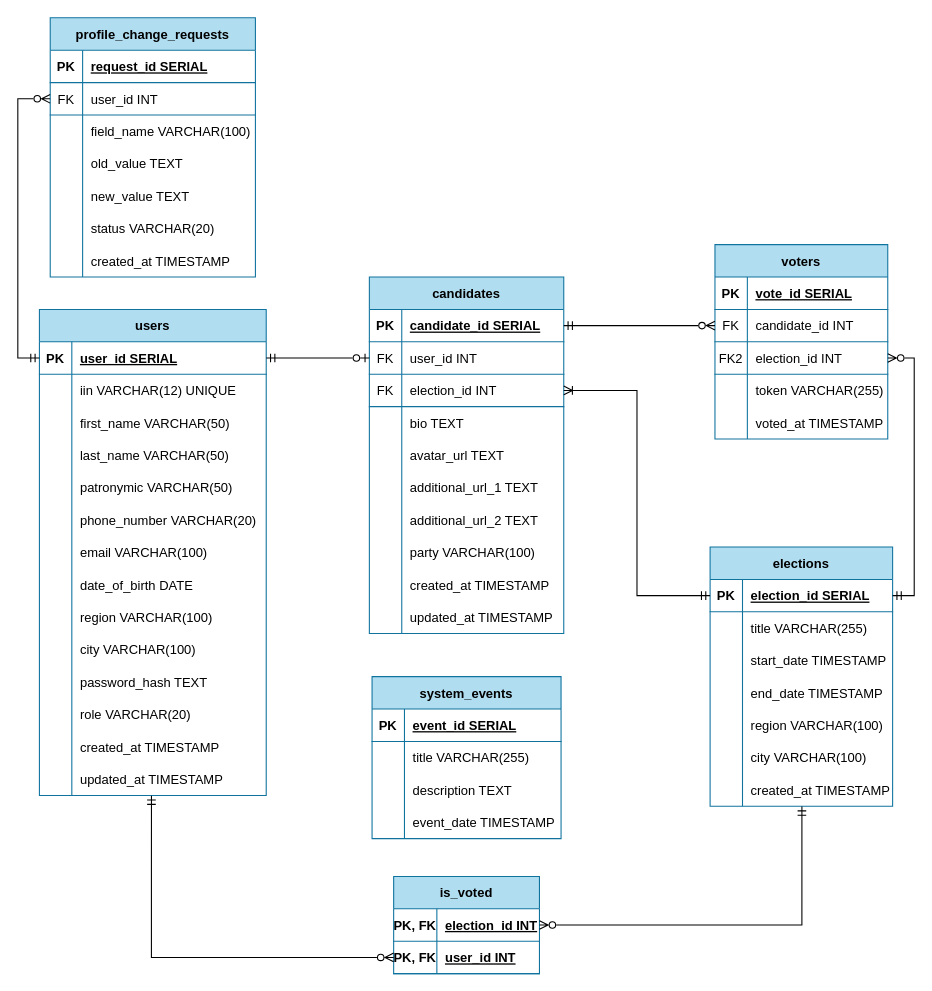
Before: etc/UMLs/ERD Diagram_2.drawio in IlyaShelestov/Electronic-Voting-System, a draw.io diagram. Source tidied: cells renumbered, new cells numbered last; positions are measured from the earlier drawing's top-left corner, leaving out a move shared by most shapes. Both pictures are drawn from the tidied source at 108%, with x=0, y=0 at pixel (39, 17).
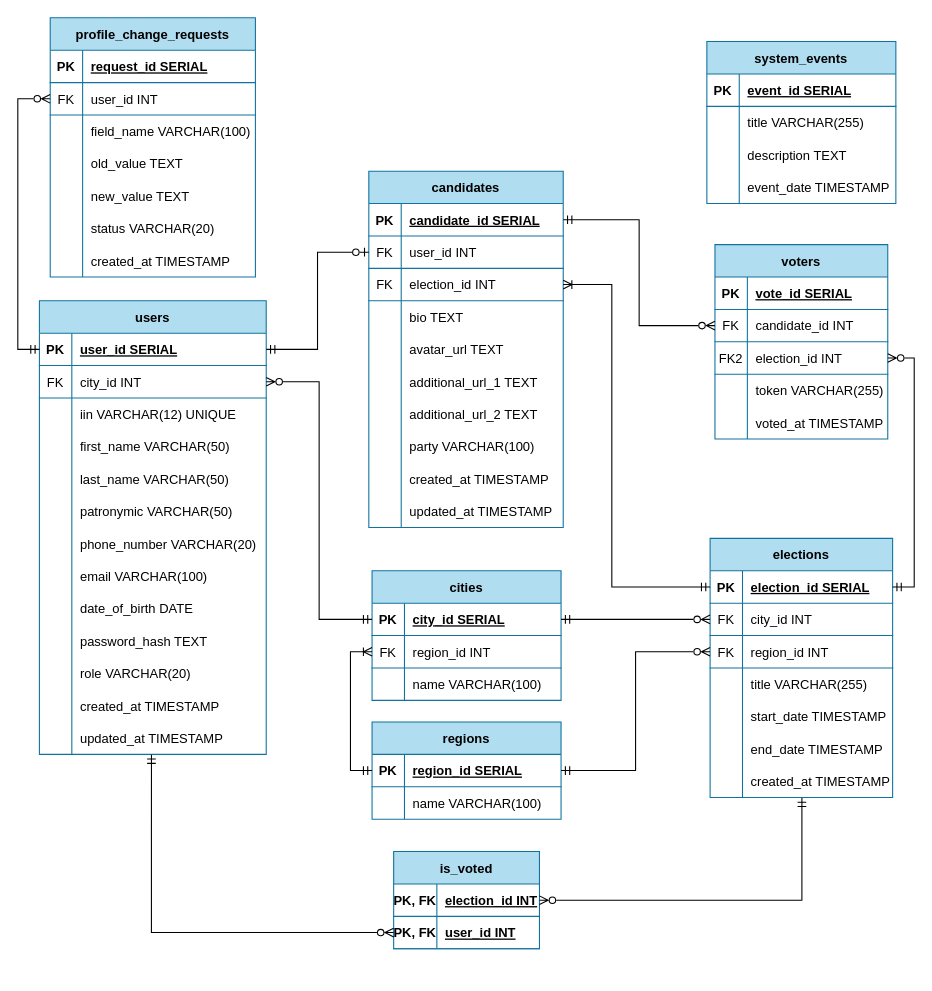
After the change.

Commit message:
Change ERD Diagram

The change refers to these unchanged cells:
```xml
<mxCell id="49" style="shape=tableRow;horizontal=0;startSize=0;swimlaneHead=0;swimlaneBody=0;fillColor=none;points=[[0,0.5],[1,0.5]];portConstraint=eastwest;strokeColor=inherit;top=0;left=0;right=0;bottom=1;" parent="45" vertex="1">
  <mxGeometry y="60" width="180" height="30" as="geometry" />
</mxCell>
<mxCell id="52" style="shape=tableRow;horizontal=0;startSize=0;swimlaneHead=0;swimlaneBody=0;fillColor=none;points=[[0,0.5],[1,0.5]];portConstraint=eastwest;strokeColor=inherit;top=0;left=0;right=0;bottom=1;" parent="45" vertex="1">
  <mxGeometry y="90" width="180" height="30" as="geometry" />
</mxCell>
<mxCell id="77" style="shape=tableRow;horizontal=0;startSize=0;swimlaneHead=0;swimlaneBody=0;fillColor=none;points=[[0,0.5],[1,0.5]];portConstraint=eastwest;strokeColor=inherit;top=0;left=0;right=0;bottom=1;" parent="76" vertex="1">
  <mxGeometry y="30" width="169" height="30" as="geometry" />
</mxCell>
<mxCell id="102" style="shape=tableRow;horizontal=0;startSize=0;swimlaneHead=0;swimlaneBody=0;fillColor=none;points=[[0,0.5],[1,0.5]];portConstraint=eastwest;strokeColor=inherit;top=0;left=0;right=0;bottom=1;" parent="98" vertex="1">
  <mxGeometry y="60" width="190" height="30" as="geometry" />
</mxCell>
<mxCell id="147" style="shape=tableRow;horizontal=0;startSize=0;swimlaneHead=0;swimlaneBody=0;fillColor=none;points=[[0,0.5],[1,0.5]];portConstraint=eastwest;strokeColor=inherit;top=0;left=0;right=0;bottom=1;" parent="140" vertex="1">
  <mxGeometry y="90" width="160" height="30" as="geometry" />
</mxCell>
```

Diff of the diagram source:
```diff
@@
     <mxCell id="2" value="users" style="shape=table;startSize=30;childLayout=tableLayout;rowLines=0;fontStyle=1;align=center;fillColor=#b1ddf0;strokeColor=#10739e;" parent="1" vertex="1">
-      <mxGeometry y="270" width="210" height="450" as="geometry" />
+      <mxGeometry y="262" width="210" height="420" as="geometry" />
     </mxCell>
+    <mxCell id="163" style="shape=tableRow;horizontal=0;startSize=0;swimlaneHead=0;swimlaneBody=0;fillColor=none;points=[[0,0.5],[1,0.5]];portConstraint=eastwest;strokeColor=inherit;top=0;left=0;right=0;bottom=1;" parent="2" vertex="1">
+      <mxGeometry y="30" width="210" height="30" as="geometry" />
+    </mxCell>
+    <mxCell id="164" value="PK" style="shape=partialRectangle;overflow=hidden;fillColor=none;strokeColor=inherit;top=0;left=0;bottom=0;right=0;fontStyle=1;" parent="163" vertex="1">
+      <mxGeometry width="30" height="30" as="geometry" />
+    </mxCell>
+    <mxCell id="165" value="user_id SERIAL " style="shape=partialRectangle;overflow=hidden;fillColor=none;align=left;strokeColor=inherit;top=0;left=0;bottom=0;right=0;spacingLeft=6;fontStyle=5;" parent="163" vertex="1">
+      <mxGeometry x="30" width="180" height="30" as="geometry" />
+    </mxCell>
     <mxCell id="3" style="shape=tableRow;horizontal=0;startSize=0;swimlaneHead=0;swimlaneBody=0;fillColor=none;points=[[0,0.5],[1,0.5]];portConstraint=eastwest;strokeColor=inherit;top=0;left=0;right=0;bottom=1;" parent="2" vertex="1">
-      <mxGeometry y="30" width="210" height="30" as="geometry" />
+      <mxGeometry y="60" width="210" height="30" as="geometry" />
     </mxCell>
-    <mxCell id="4" value="PK" style="shape=partialRectangle;overflow=hidden;fillColor=none;strokeColor=inherit;top=0;left=0;bottom=0;right=0;fontStyle=1;" parent="3" vertex="1">
+    <mxCell id="4" value="FK" style="shape=partialRectangle;overflow=hidden;fillColor=none;strokeColor=inherit;top=0;left=0;bottom=0;right=0;fontStyle=0;" parent="3" vertex="1">
       <mxGeometry width="30" height="30" as="geometry" />
     </mxCell>
-    <mxCell id="5" value="user_id SERIAL " style="shape=partialRectangle;overflow=hidden;fillColor=none;align=left;strokeColor=inherit;top=0;left=0;bottom=0;right=0;spacingLeft=6;fontStyle=5;" parent="3" vertex="1">
+    <mxCell id="5" value="city_id INT" style="shape=partialRectangle;overflow=hidden;fillColor=none;align=left;strokeColor=inherit;top=0;left=0;bottom=0;right=0;spacingLeft=6;fontStyle=0;" parent="3" vertex="1">
       <mxGeometry x="30" width="180" height="30" as="geometry" />
     </mxCell>
     <mxCell id="6" style="shape=tableRow;horizontal=0;startSize=0;swimlaneHead=0;swimlaneBody=0;fillColor=none;strokeColor=inherit;top=0;left=0;right=0;bottom=0;" parent="2" vertex="1">
-      <mxGeometry y="60" width="210" height="30" as="geometry" />
+      <mxGeometry y="90" width="210" height="30" as="geometry" />
     </mxCell>
@@
     <mxCell id="9" style="shape=tableRow;horizontal=0;startSize=0;swimlaneHead=0;swimlaneBody=0;fillColor=none;strokeColor=inherit;top=0;left=0;right=0;bottom=0;" parent="2" vertex="1">
-      <mxGeometry y="90" width="210" height="30" as="geometry" />
+      <mxGeometry y="120" width="210" height="30" as="geometry" />
     </mxCell>
@@
     <mxCell id="12" style="shape=tableRow;horizontal=0;startSize=0;swimlaneHead=0;swimlaneBody=0;fillColor=none;strokeColor=inherit;top=0;left=0;right=0;bottom=0;" parent="2" vertex="1">
-      <mxGeometry y="120" width="210" height="30" as="geometry" />
+      <mxGeometry y="150" width="210" height="30" as="geometry" />
     </mxCell>
@@
     <mxCell id="15" style="shape=tableRow;horizontal=0;startSize=0;swimlaneHead=0;swimlaneBody=0;fillColor=none;strokeColor=inherit;top=0;left=0;right=0;bottom=0;" parent="2" vertex="1">
-      <mxGeometry y="150" width="210" height="30" as="geometry" />
+      <mxGeometry y="180" width="210" height="30" as="geometry" />
     </mxCell>
@@
     <mxCell id="18" style="shape=tableRow;horizontal=0;startSize=0;swimlaneHead=0;swimlaneBody=0;fillColor=none;strokeColor=inherit;top=0;left=0;right=0;bottom=0;" parent="2" vertex="1">
-      <mxGeometry y="180" width="210" height="30" as="geometry" />
+      <mxGeometry y="210" width="210" height="30" as="geometry" />
     </mxCell>
@@
     <mxCell id="21" style="shape=tableRow;horizontal=0;startSize=0;swimlaneHead=0;swimlaneBody=0;fillColor=none;strokeColor=inherit;top=0;left=0;right=0;bottom=0;" parent="2" vertex="1">
-      <mxGeometry y="210" width="210" height="30" as="geometry" />
+      <mxGeometry y="240" width="210" height="30" as="geometry" />
     </mxCell>
@@
     <mxCell id="24" style="shape=tableRow;horizontal=0;startSize=0;swimlaneHead=0;swimlaneBody=0;fillColor=none;strokeColor=inherit;top=0;left=0;right=0;bottom=0;" parent="2" vertex="1">
-      <mxGeometry y="240" width="210" height="30" as="geometry" />
+      <mxGeometry y="270" width="210" height="30" as="geometry" />
     </mxCell>
@@
-    <mxCell id="27" style="shape=tableRow;horizontal=0;startSize=0;swimlaneHead=0;swimlaneBody=0;fillColor=none;strokeColor=inherit;top=0;left=0;right=0;bottom=0;" parent="2" vertex="1">
-      <mxGeometry y="270" width="210" height="30" as="geometry" />
-    </mxCell>
-    <mxCell id="28" style="shape=partialRectangle;overflow=hidden;fillColor=none;strokeColor=inherit;top=0;left=0;bottom=0;right=0;" parent="27" vertex="1">
-      <mxGeometry width="30" height="30" as="geometry" />
-    </mxCell>
-    <mxCell id="29" value="region VARCHAR(100)" style="shape=partialRectangle;overflow=hidden;fillColor=none;align=left;strokeColor=inherit;top=0;left=0;bottom=0;right=0;spacingLeft=6;" parent="27" vertex="1">
-      <mxGeometry x="30" width="180" height="30" as="geometry" />
-    </mxCell>
-    <mxCell id="30" style="shape=tableRow;horizontal=0;startSize=0;swimlaneHead=0;swimlaneBody=0;fillColor=none;strokeColor=inherit;top=0;left=0;right=0;bottom=0;" parent="2" vertex="1">
-      <mxGeometry y="300" width="210" height="30" as="geometry" />
-    </mxCell>
-    <mxCell id="31" style="shape=partialRectangle;overflow=hidden;fillColor=none;strokeColor=inherit;top=0;left=0;bottom=0;right=0;" parent="30" vertex="1">
-      <mxGeometry width="30" height="30" as="geometry" />
-    </mxCell>
-    <mxCell id="32" value="city VARCHAR(100)" style="shape=partialRectangle;overflow=hidden;fillColor=none;align=left;strokeColor=inherit;top=0;left=0;bottom=0;right=0;spacingLeft=6;" parent="30" vertex="1">
-      <mxGeometry x="30" width="180" height="30" as="geometry" />
-    </mxCell>
     <mxCell id="33" style="shape=tableRow;horizontal=0;startSize=0;swimlaneHead=0;swimlaneBody=0;fillColor=none;strokeColor=inherit;top=0;left=0;right=0;bottom=0;" parent="2" vertex="1">
-      <mxGeometry y="330" width="210" height="30" as="geometry" />
+      <mxGeometry y="300" width="210" height="30" as="geometry" />
     </mxCell>
@@
     <mxCell id="36" style="shape=tableRow;horizontal=0;startSize=0;swimlaneHead=0;swimlaneBody=0;fillColor=none;strokeColor=inherit;top=0;left=0;right=0;bottom=0;" parent="2" vertex="1">
-      <mxGeometry y="360" width="210" height="30" as="geometry" />
+      <mxGeometry y="330" width="210" height="30" as="geometry" />
     </mxCell>
@@
     <mxCell id="39" style="shape=tableRow;horizontal=0;startSize=0;swimlaneHead=0;swimlaneBody=0;fillColor=none;strokeColor=inherit;top=0;left=0;right=0;bottom=0;" parent="2" vertex="1">
-      <mxGeometry y="390" width="210" height="30" as="geometry" />
+      <mxGeometry y="360" width="210" height="30" as="geometry" />
     </mxCell>
@@
     <mxCell id="42" style="shape=tableRow;horizontal=0;startSize=0;swimlaneHead=0;swimlaneBody=0;fillColor=none;points=[[0,0.5],[1,0.5]];portConstraint=eastwest;strokeColor=inherit;top=0;left=0;right=0;bottom=0;" parent="2" vertex="1">
-      <mxGeometry y="420" width="210" height="30" as="geometry" />
+      <mxGeometry y="390" width="210" height="30" as="geometry" />
     </mxCell>
@@
     <mxCell id="45" value="candidates" style="shape=table;startSize=30;childLayout=tableLayout;rowLines=0;fontStyle=1;align=center;fillColor=#b1ddf0;strokeColor=#10739e;" parent="1" vertex="1">
-      <mxGeometry x="305.5" y="240" width="180" height="330" as="geometry" />
+      <mxGeometry x="305" y="142" width="180" height="330" as="geometry" />
     </mxCell>
@@
     <mxCell id="76" value="elections" style="shape=table;startSize=30;childLayout=tableLayout;rowLines=0;fontStyle=1;align=center;fillColor=#b1ddf0;strokeColor=#10739e;" parent="1" vertex="1">
-      <mxGeometry x="621" y="490" width="169" height="240" as="geometry" />
+      <mxGeometry x="621" y="482" width="169" height="240" as="geometry" />
     </mxCell>
@@
+    <mxCell id="166" style="shape=tableRow;horizontal=0;startSize=0;swimlaneHead=0;swimlaneBody=0;fillColor=none;points=[[0,0.5],[1,0.5]];portConstraint=eastwest;strokeColor=inherit;top=0;left=0;right=0;bottom=1;" parent="76" vertex="1">
+      <mxGeometry y="60" width="169" height="30" as="geometry" />
+    </mxCell>
+    <mxCell id="167" value="FK" style="shape=partialRectangle;overflow=hidden;fillColor=none;strokeColor=inherit;top=0;left=0;bottom=0;right=0;fontStyle=0;" parent="166" vertex="1">
+      <mxGeometry width="30" height="30" as="geometry" />
+    </mxCell>
+    <mxCell id="168" value="city_id INT" style="shape=partialRectangle;overflow=hidden;fillColor=none;align=left;strokeColor=inherit;top=0;left=0;bottom=0;right=0;spacingLeft=6;fontStyle=0;" parent="166" vertex="1">
+      <mxGeometry x="30" width="139" height="30" as="geometry" />
+    </mxCell>
+    <mxCell id="169" style="shape=tableRow;horizontal=0;startSize=0;swimlaneHead=0;swimlaneBody=0;fillColor=none;points=[[0,0.5],[1,0.5]];portConstraint=eastwest;strokeColor=inherit;top=0;left=0;right=0;bottom=1;" parent="76" vertex="1">
+      <mxGeometry y="90" width="169" height="30" as="geometry" />
+    </mxCell>
+    <mxCell id="170" value="FK" style="shape=partialRectangle;overflow=hidden;fillColor=none;strokeColor=inherit;top=0;left=0;bottom=0;right=0;fontStyle=0;" parent="169" vertex="1">
+      <mxGeometry width="30" height="30" as="geometry" />
+    </mxCell>
+    <mxCell id="171" value="region_id INT" style="shape=partialRectangle;overflow=hidden;fillColor=none;align=left;strokeColor=inherit;top=0;left=0;bottom=0;right=0;spacingLeft=6;fontStyle=0;" parent="169" vertex="1">
+      <mxGeometry x="30" width="139" height="30" as="geometry" />
+    </mxCell>
     <mxCell id="80" style="shape=tableRow;horizontal=0;startSize=0;swimlaneHead=0;swimlaneBody=0;fillColor=none;strokeColor=inherit;top=0;left=0;right=0;bottom=0;" parent="76" vertex="1">
-      <mxGeometry y="60" width="169" height="30" as="geometry" />
+      <mxGeometry y="120" width="169" height="30" as="geometry" />
     </mxCell>
@@
     <mxCell id="83" style="shape=tableRow;horizontal=0;startSize=0;swimlaneHead=0;swimlaneBody=0;fillColor=none;strokeColor=inherit;top=0;left=0;right=0;bottom=0;" parent="76" vertex="1">
-      <mxGeometry y="90" width="169" height="30" as="geometry" />
+      <mxGeometry y="150" width="169" height="30" as="geometry" />
     </mxCell>
@@
     <mxCell id="86" style="shape=tableRow;horizontal=0;startSize=0;swimlaneHead=0;swimlaneBody=0;fillColor=none;strokeColor=inherit;top=0;left=0;right=0;bottom=0;" parent="76" vertex="1">
-      <mxGeometry y="120" width="169" height="30" as="geometry" />
+      <mxGeometry y="180" width="169" height="30" as="geometry" />
     </mxCell>
@@
-    <mxCell id="89" style="shape=tableRow;horizontal=0;startSize=0;swimlaneHead=0;swimlaneBody=0;fillColor=none;strokeColor=inherit;top=0;left=0;right=0;bottom=0;" parent="76" vertex="1">
-      <mxGeometry y="150" width="169" height="30" as="geometry" />
-    </mxCell>
-    <mxCell id="90" style="shape=partialRectangle;overflow=hidden;fillColor=none;strokeColor=inherit;top=0;left=0;bottom=0;right=0;" parent="89" vertex="1">
-      <mxGeometry width="30" height="30" as="geometry" />
-    </mxCell>
-    <mxCell id="91" value="region VARCHAR(100)" style="shape=partialRectangle;overflow=hidden;fillColor=none;align=left;strokeColor=inherit;top=0;left=0;bottom=0;right=0;spacingLeft=6;" parent="89" vertex="1">
-      <mxGeometry x="30" width="139" height="30" as="geometry" />
-    </mxCell>
-    <mxCell id="92" style="shape=tableRow;horizontal=0;startSize=0;swimlaneHead=0;swimlaneBody=0;fillColor=none;strokeColor=inherit;top=0;left=0;right=0;bottom=0;" parent="76" vertex="1">
-      <mxGeometry y="180" width="169" height="30" as="geometry" />
-    </mxCell>
-    <mxCell id="93" style="shape=partialRectangle;overflow=hidden;fillColor=none;strokeColor=inherit;top=0;left=0;bottom=0;right=0;" parent="92" vertex="1">
-      <mxGeometry width="30" height="30" as="geometry" />
-    </mxCell>
-    <mxCell id="94" value="city VARCHAR(100)" style="shape=partialRectangle;overflow=hidden;fillColor=none;align=left;strokeColor=inherit;top=0;left=0;bottom=0;right=0;spacingLeft=6;" parent="92" vertex="1">
-      <mxGeometry x="30" width="139" height="30" as="geometry" />
-    </mxCell>
@@
     <mxCell id="120" value="system_events" style="shape=table;startSize=30;childLayout=tableLayout;rowLines=0;fontStyle=1;align=center;fillColor=#b1ddf0;strokeColor=#10739e;" parent="1" vertex="1">
-      <mxGeometry x="308" y="610" width="175" height="150" as="geometry" />
+      <mxGeometry x="618" y="22" width="175" height="150" as="geometry" />
     </mxCell>
@@
     <mxCell id="133" value="is_voted" style="shape=table;startSize=30;childLayout=tableLayout;rowLines=0;fontStyle=1;align=center;fillColor=#b1ddf0;strokeColor=#10739e;" parent="1" vertex="1">
-      <mxGeometry x="328" y="795" width="135" height="90" as="geometry" />
+      <mxGeometry x="328" y="772" width="135" height="90" as="geometry" />
     </mxCell>
@@
-    <mxCell id="156" style="edgeStyle=orthogonalEdgeStyle;rounded=0;jettySize=auto;html=1;exitX=0;exitY=0.5;exitDx=0;exitDy=0;entryX=0;entryY=0.5;entryDx=0;entryDy=0;endArrow=ERzeroToMany;endFill=0;startArrow=ERmandOne;startFill=0;" parent="1" edge="1" source="3" target="102">
+    <mxCell id="156" style="edgeStyle=orthogonalEdgeStyle;rounded=0;jettySize=auto;html=1;entryX=0;entryY=0.5;entryDx=0;entryDy=0;endArrow=ERzeroToMany;endFill=0;startArrow=ERmandOne;startFill=0;exitX=0;exitY=0.5;exitDx=0;exitDy=0;" parent="1" edge="1" source="163" target="102">
       <mxGeometry relative="1" as="geometry" />
     </mxCell>
@@
-    <mxCell id="158" style="edgeStyle=orthogonalEdgeStyle;rounded=0;jettySize=auto;html=1;exitX=1;exitY=0.5;exitDx=0;exitDy=0;entryX=1;entryY=0.5;entryDx=0;entryDy=0;startArrow=ERzeroToMany;startFill=0;endArrow=ERmandOne;endFill=0;" parent="1" edge="1" source="147" target="77">
+    <mxCell id="158" style="edgeStyle=orthogonalEdgeStyle;rounded=0;jettySize=auto;html=1;exitX=1;exitY=0.5;exitDx=0;exitDy=0;startArrow=ERzeroToMany;startFill=0;endArrow=ERmandOne;endFill=0;entryX=1;entryY=0.5;entryDx=0;entryDy=0;" parent="1" edge="1" source="147" target="77">
       <mxGeometry relative="1" as="geometry" />
     </mxCell>
@@
-    <mxCell id="160" style="edgeStyle=orthogonalEdgeStyle;rounded=0;jettySize=auto;html=1;exitX=0;exitY=0.5;exitDx=0;exitDy=0;entryX=1;entryY=0.5;entryDx=0;entryDy=0;endArrow=ERmandOne;endFill=0;startArrow=ERzeroToOne;startFill=0;" parent="1" edge="1" source="49" target="3">
+    <mxCell id="160" style="edgeStyle=orthogonalEdgeStyle;rounded=0;jettySize=auto;html=1;exitX=0;exitY=0.5;exitDx=0;exitDy=0;endArrow=ERmandOne;endFill=0;startArrow=ERzeroToOne;startFill=0;entryX=1;entryY=0.5;entryDx=0;entryDy=0;" parent="1" edge="1" source="49" target="163">
       <mxGeometry relative="1" as="geometry" />
     </mxCell>
@@
-    <mxCell id="162" style="edgeStyle=orthogonalEdgeStyle;rounded=0;jettySize=auto;html=1;exitX=1;exitY=0.5;exitDx=0;exitDy=0;entryX=0;entryY=0.5;entryDx=0;entryDy=0;startArrow=ERoneToMany;startFill=0;endArrow=ERmandOne;endFill=0;strokeColor=#000000;" parent="1" edge="1" source="52" target="77">
-      <mxGeometry relative="1" as="geometry" />
+    <mxCell id="162" style="edgeStyle=orthogonalEdgeStyle;rounded=0;jettySize=auto;html=1;exitX=1;exitY=0.5;exitDx=0;exitDy=0;startArrow=ERoneToMany;startFill=0;endArrow=ERmandOne;endFill=0;strokeColor=#000000;entryX=0;entryY=0.5;entryDx=0;entryDy=0;" parent="1" edge="1" source="52" target="77">
+      <mxGeometry relative="1" as="geometry">
+        <Array as="points">
+          <mxPoint x="530" y="247" />
+          <mxPoint x="530" y="527" />
+        </Array>
+      </mxGeometry>
     </mxCell>
+    <mxCell id="172" value="regions" style="shape=table;startSize=30;childLayout=tableLayout;rowLines=0;fontStyle=1;align=center;fillColor=#b1ddf0;strokeColor=#10739e;" parent="1" vertex="1">
+      <mxGeometry x="308" y="652" width="175" height="90" as="geometry" />
+    </mxCell>
+    <mxCell id="173" style="shape=tableRow;horizontal=0;startSize=0;swimlaneHead=0;swimlaneBody=0;fillColor=none;points=[[0,0.5],[1,0.5]];portConstraint=eastwest;strokeColor=inherit;top=0;left=0;right=0;bottom=1;" parent="172" vertex="1">
+      <mxGeometry y="30" width="175" height="30" as="geometry" />
+    </mxCell>
+    <mxCell id="174" value="PK" style="shape=partialRectangle;overflow=hidden;fillColor=none;strokeColor=inherit;top=0;left=0;bottom=0;right=0;fontStyle=1;" parent="173" vertex="1">
+      <mxGeometry width="30" height="30" as="geometry" />
+    </mxCell>
+    <mxCell id="175" value="region_id SERIAL" style="shape=partialRectangle;overflow=hidden;fillColor=none;align=left;strokeColor=inherit;top=0;left=0;bottom=0;right=0;spacingLeft=6;fontStyle=5;" parent="173" vertex="1">
+      <mxGeometry x="30" width="145" height="30" as="geometry" />
+    </mxCell>
+    <mxCell id="176" style="shape=tableRow;horizontal=0;startSize=0;swimlaneHead=0;swimlaneBody=0;fillColor=none;strokeColor=inherit;top=0;left=0;right=0;bottom=0;" parent="172" vertex="1">
+      <mxGeometry y="60" width="175" height="30" as="geometry" />
+    </mxCell>
+    <mxCell id="177" style="shape=partialRectangle;overflow=hidden;fillColor=none;strokeColor=inherit;top=0;left=0;bottom=0;right=0;" parent="176" vertex="1">
+      <mxGeometry width="30" height="30" as="geometry" />
+    </mxCell>
+    <mxCell id="178" value="name VARCHAR(100)" style="shape=partialRectangle;overflow=hidden;fillColor=none;align=left;strokeColor=inherit;top=0;left=0;bottom=0;right=0;spacingLeft=6;" parent="176" vertex="1">
+      <mxGeometry x="30" width="145" height="30" as="geometry" />
+    </mxCell>
+    <mxCell id="179" value="cities" style="shape=table;startSize=30;childLayout=tableLayout;rowLines=0;fontStyle=1;align=center;fillColor=#b1ddf0;strokeColor=#10739e;" parent="1" vertex="1">
+      <mxGeometry x="308" y="512" width="175" height="120" as="geometry" />
+    </mxCell>
+    <mxCell id="180" style="shape=tableRow;horizontal=0;startSize=0;swimlaneHead=0;swimlaneBody=0;fillColor=none;points=[[0,0.5],[1,0.5]];portConstraint=eastwest;strokeColor=inherit;top=0;left=0;right=0;bottom=1;" parent="179" vertex="1">
+      <mxGeometry y="30" width="175" height="30" as="geometry" />
+    </mxCell>
+    <mxCell id="181" value="PK" style="shape=partialRectangle;overflow=hidden;fillColor=none;strokeColor=inherit;top=0;left=0;bottom=0;right=0;fontStyle=1;" parent="180" vertex="1">
+      <mxGeometry width="30" height="30" as="geometry" />
+    </mxCell>
+    <mxCell id="182" value="city_id SERIAL" style="shape=partialRectangle;overflow=hidden;fillColor=none;align=left;strokeColor=inherit;top=0;left=0;bottom=0;right=0;spacingLeft=6;fontStyle=5;" parent="180" vertex="1">
+      <mxGeometry x="30" width="145" height="30" as="geometry" />
+    </mxCell>
+    <mxCell id="183" style="shape=tableRow;horizontal=0;startSize=0;swimlaneHead=0;swimlaneBody=0;fillColor=none;points=[[0,0.5],[1,0.5]];portConstraint=eastwest;strokeColor=inherit;top=0;left=0;right=0;bottom=1;" parent="179" vertex="1">
+      <mxGeometry y="60" width="175" height="30" as="geometry" />
+    </mxCell>
+    <mxCell id="184" value="FK" style="shape=partialRectangle;overflow=hidden;fillColor=none;strokeColor=inherit;top=0;left=0;bottom=0;right=0;fontStyle=0;" parent="183" vertex="1">
+      <mxGeometry width="30" height="30" as="geometry" />
+    </mxCell>
+    <mxCell id="185" value="region_id INT" style="shape=partialRectangle;overflow=hidden;fillColor=none;align=left;strokeColor=inherit;top=0;left=0;bottom=0;right=0;spacingLeft=6;fontStyle=0;" parent="183" vertex="1">
+      <mxGeometry x="30" width="145" height="30" as="geometry" />
+    </mxCell>
+    <mxCell id="186" style="shape=tableRow;horizontal=0;startSize=0;swimlaneHead=0;swimlaneBody=0;fillColor=none;strokeColor=inherit;top=0;left=0;right=0;bottom=0;" parent="179" vertex="1">
+      <mxGeometry y="90" width="175" height="30" as="geometry" />
+    </mxCell>
+    <mxCell id="187" style="shape=partialRectangle;overflow=hidden;fillColor=none;strokeColor=inherit;top=0;left=0;bottom=0;right=0;" parent="186" vertex="1">
+      <mxGeometry width="30" height="30" as="geometry" />
+    </mxCell>
+    <mxCell id="188" value="name VARCHAR(100)" style="shape=partialRectangle;overflow=hidden;fillColor=none;align=left;strokeColor=inherit;top=0;left=0;bottom=0;right=0;spacingLeft=6;" parent="186" vertex="1">
+      <mxGeometry x="30" width="145" height="30" as="geometry" />
+    </mxCell>
+    <mxCell id="189" style="edgeStyle=orthogonalEdgeStyle;rounded=0;jettySize=auto;html=1;entryX=0;entryY=0.5;entryDx=0;entryDy=0;startArrow=ERoneToMany;startFill=0;endArrow=ERmandOne;endFill=0;" parent="1" edge="1" source="183" target="173">
+      <mxGeometry relative="1" as="geometry" />
+    </mxCell>
+    <mxCell id="190" style="edgeStyle=orthogonalEdgeStyle;rounded=0;jettySize=auto;html=1;exitX=1;exitY=0.5;exitDx=0;exitDy=0;entryX=0;entryY=0.5;entryDx=0;entryDy=0;startArrow=ERmandOne;startFill=0;endArrow=ERzeroToMany;endFill=0;" parent="1" edge="1" source="173" target="169">
+      <mxGeometry relative="1" as="geometry" />
+    </mxCell>
+    <mxCell id="191" style="edgeStyle=orthogonalEdgeStyle;rounded=0;jettySize=auto;html=1;entryX=0;entryY=0.5;entryDx=0;entryDy=0;endArrow=ERzeroToMany;endFill=0;startArrow=ERmandOne;startFill=0;" parent="1" edge="1" source="180" target="166">
+      <mxGeometry relative="1" as="geometry" />
+    </mxCell>
+    <mxCell id="192" style="edgeStyle=orthogonalEdgeStyle;rounded=0;jettySize=auto;html=1;entryX=1;entryY=0.5;entryDx=0;entryDy=0;endArrow=ERzeroToMany;endFill=0;startArrow=ERmandOne;startFill=0;" parent="1" edge="1" source="180" target="3">
+      <mxGeometry relative="1" as="geometry" />
+    </mxCell>
```
